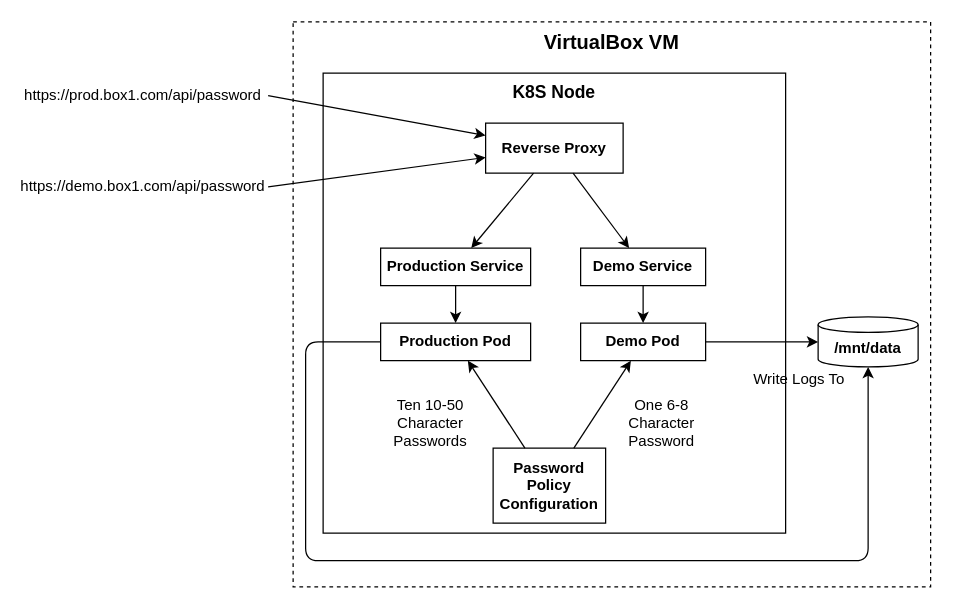
The draw.io diagram docs/Overview.drawio in mattrr78/passwordgenenv, before the edit. Source tidied: cells renumbered, new cells numbered last; positions are measured from the earlier drawing's top-left corner, leaving out a move shared by most shapes. Both pictures are drawn from the tidied source at 125%, with x=0, y=0 at pixel (118, 21).
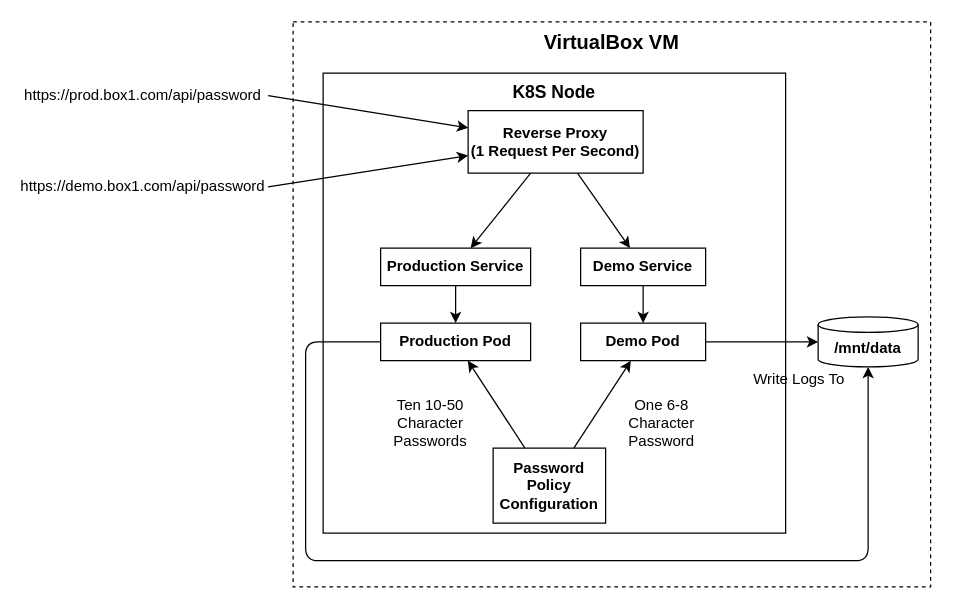
After the change.

Commit message (it also covers changes not shown here):
Forgot 1 request per second line for reverse proxy.

What changed in the source:
```diff
@@
-    <mxCell id="9" value="Reverse Proxy" style="rounded=0;whiteSpace=wrap;html=1;shadow=0;fontStyle=1;" parent="1" vertex="1">
-      <mxGeometry x="294" y="81" width="110" height="40" as="geometry" />
+    <mxCell id="9" value="Reverse Proxy&lt;br&gt;(1 Request Per Second)" style="rounded=0;whiteSpace=wrap;html=1;shadow=0;fontStyle=1;" parent="1" vertex="1">
+      <mxGeometry x="280" y="71" width="140" height="50" as="geometry" />
     </mxCell>
```
